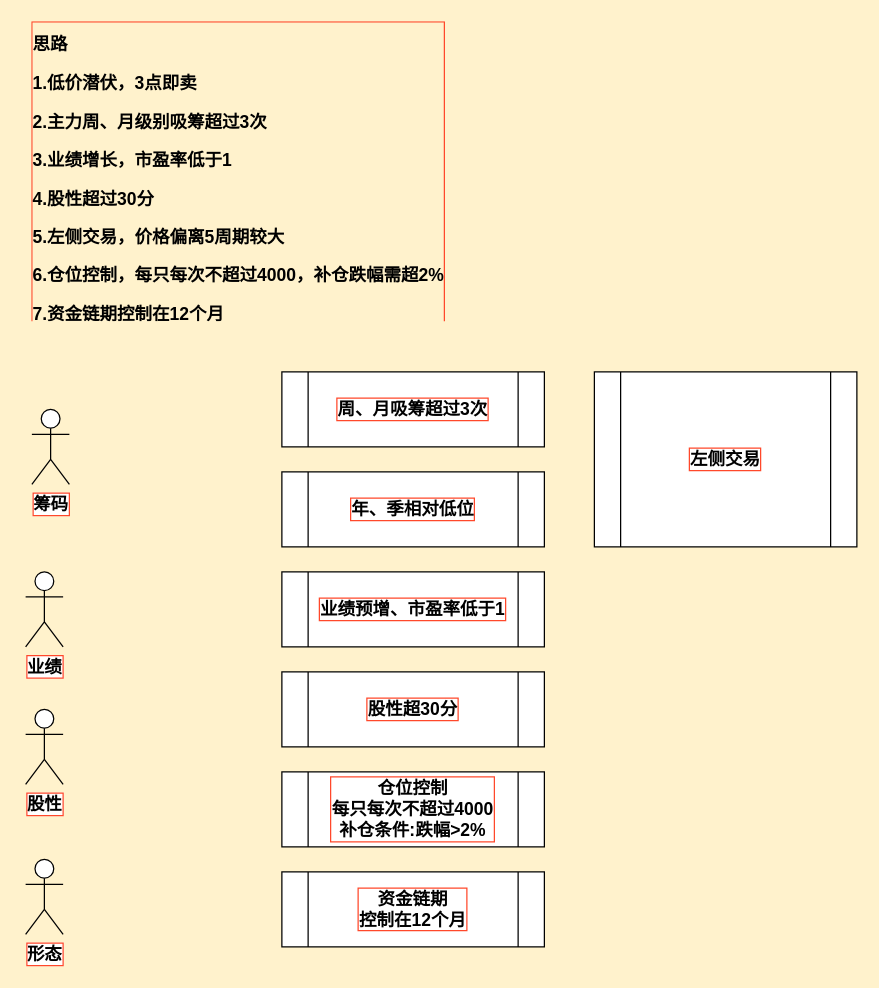
The draw.io diagram 自由思路.drawio in yyl1760/draw, before the edit. Source tidied: cells renumbered, new cells numbered last; positions are measured from the earlier drawing's top-left corner, leaving out a move shared by most shapes. Both pictures are drawn from the tidied source at 125%, with x=0, y=0 at pixel (25, 34).
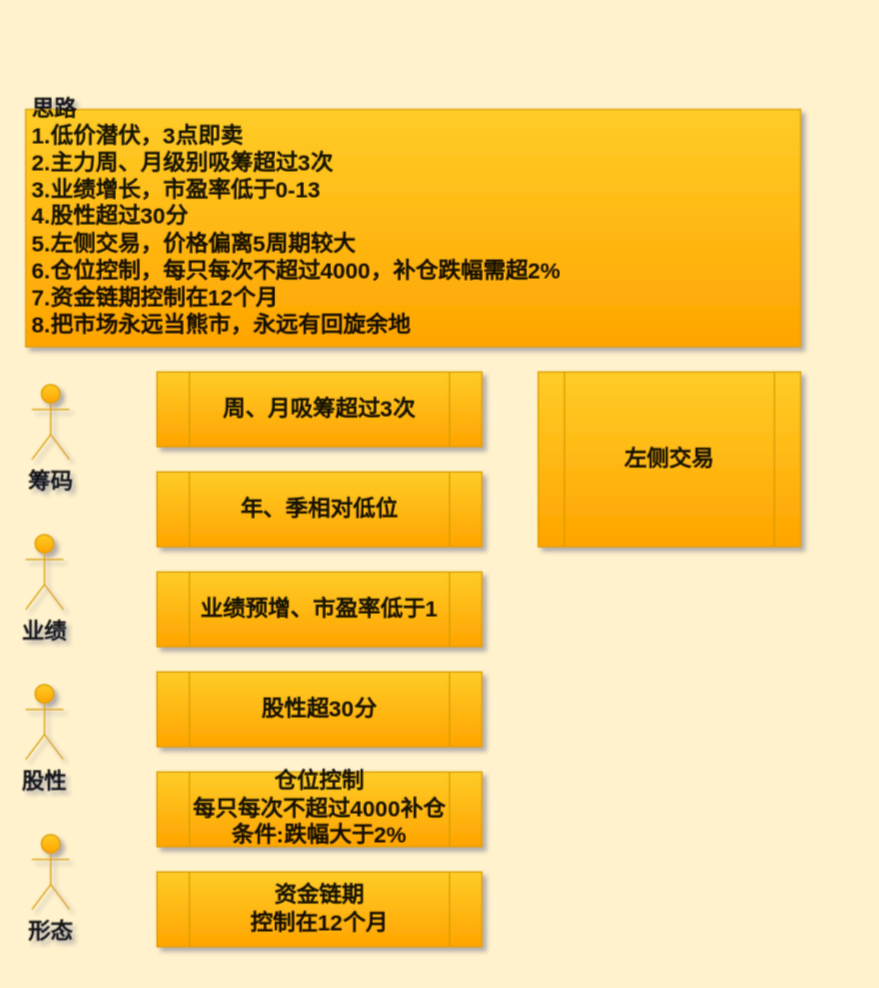
The same diagram, later.

Commit message:
更新自由思路.drawio

The edit, as a diff of the source:
```diff
@@
-<mxGraphModel background="#FFF2CC">
+<mxGraphModel background="#FFF2CC" shadow="1">
   <root>
     <mxCell id="0" />
     <mxCell id="1" parent="0" />
-    <mxCell id="2" value="筹码" style="shape=umlActor;verticalLabelPosition=bottom;labelBackgroundColor=#ffffff;verticalAlign=top;html=1;fontStyle=1;fontSize=14;labelBorderColor=#FF482B;" parent="1" vertex="1">
-      <mxGeometry x="5" y="300" width="30" height="60" as="geometry" />
+    <mxCell id="2" value="筹码" style="shape=umlActor;verticalLabelPosition=bottom;labelBackgroundColor=none;verticalAlign=top;fontStyle=1;fontSize=18;labelBorderColor=none;fontFamily=Helvetica;textOpacity=90;fillColor=#ffcd28;strokeColor=#d79b00;gradientColor=#ffa500;" parent="1" vertex="1">
+      <mxGeometry x="5" y="280" width="30" height="60" as="geometry" />
     </mxCell>
-    <mxCell id="3" value="业绩" style="shape=umlActor;verticalLabelPosition=bottom;labelBackgroundColor=#ffffff;verticalAlign=top;html=1;fontStyle=1;fontSize=14;labelBorderColor=#FF482B;" parent="1" vertex="1">
-      <mxGeometry y="430" width="30" height="60" as="geometry" />
+    <mxCell id="3" value="业绩" style="shape=umlActor;verticalLabelPosition=bottom;labelBackgroundColor=none;verticalAlign=top;fontStyle=1;fontSize=18;labelBorderColor=none;fontFamily=Helvetica;textOpacity=90;fillColor=#ffcd28;strokeColor=#d79b00;gradientColor=#ffa500;" parent="1" vertex="1">
+      <mxGeometry y="400" width="30" height="60" as="geometry" />
     </mxCell>
-    <mxCell id="4" value="股性" style="shape=umlActor;verticalLabelPosition=bottom;labelBackgroundColor=#ffffff;verticalAlign=top;html=1;fontStyle=1;fontSize=14;labelBorderColor=#FF482B;" parent="1" vertex="1">
-      <mxGeometry y="540" width="30" height="60" as="geometry" />
+    <mxCell id="4" value="股性" style="shape=umlActor;verticalLabelPosition=bottom;labelBackgroundColor=none;verticalAlign=top;fontStyle=1;fontSize=18;labelBorderColor=none;fontFamily=Helvetica;textOpacity=90;fillColor=#ffcd28;strokeColor=#d79b00;gradientColor=#ffa500;" parent="1" vertex="1">
+      <mxGeometry y="520" width="30" height="60" as="geometry" />
     </mxCell>
-    <mxCell id="5" value="形态" style="shape=umlActor;verticalLabelPosition=bottom;labelBackgroundColor=#ffffff;verticalAlign=top;html=1;fontStyle=1;fontSize=14;labelBorderColor=#FF482B;" parent="1" vertex="1">
-      <mxGeometry y="660" width="30" height="60" as="geometry" />
+    <mxCell id="5" value="形态" style="shape=umlActor;verticalLabelPosition=bottom;labelBackgroundColor=none;verticalAlign=top;fontStyle=1;fontSize=18;labelBorderColor=none;fontFamily=Helvetica;textOpacity=90;fillColor=#ffcd28;strokeColor=#d79b00;gradientColor=#ffa500;" parent="1" vertex="1">
+      <mxGeometry x="5" y="640" width="30" height="60" as="geometry" />
     </mxCell>
-    <mxCell id="6" value="&lt;h1 style=&quot;font-size: 14px;&quot;&gt;思路&lt;/h1&gt;&lt;p style=&quot;font-size: 14px;&quot;&gt;1.低价潜伏，3点即卖&lt;/p&gt;&lt;p style=&quot;font-size: 14px;&quot;&gt;2.主力周、月级别吸筹超过3次&lt;/p&gt;&lt;p style=&quot;font-size: 14px;&quot;&gt;3.业绩增长，市盈率低于1&lt;/p&gt;&lt;p style=&quot;font-size: 14px;&quot;&gt;4.股性超过30分&lt;/p&gt;&lt;p style=&quot;font-size: 14px;&quot;&gt;5.左侧交易，价格偏离5周期较大&lt;/p&gt;&lt;p style=&quot;font-size: 14px;&quot;&gt;6.仓位控制，每只每次不超过4000，补仓跌幅需超2%&lt;/p&gt;&lt;p style=&quot;font-size: 14px;&quot;&gt;7.资金链期控制在12个月&lt;/p&gt;" style="text;html=1;strokeColor=none;fillColor=none;spacing=5;spacingTop=-20;whiteSpace=wrap;overflow=hidden;rounded=0;fontStyle=1;fontSize=14;labelBorderColor=#FF482B;" parent="1" vertex="1">
-      <mxGeometry width="620" height="230" as="geometry" />
+    <mxCell id="6" value="思路&#10;1.低价潜伏，3点即卖&#10;2.主力周、月级别吸筹超过3次&#10;3.业绩增长，市盈率低于0-13&#10;4.股性超过30分&#10;5.左侧交易，价格偏离5周期较大&#10;6.仓位控制，每只每次不超过4000，补仓跌幅需超2%&#10;7.资金链期控制在12个月&#10;8.把市场永远当熊市，永远有回旋余地" style="text;strokeColor=#d79b00;fillColor=#ffcd28;spacing=5;spacingTop=-20;whiteSpace=wrap;overflow=hidden;rounded=0;fontStyle=1;fontSize=18;labelBorderColor=none;fontFamily=Helvetica;labelBackgroundColor=none;textOpacity=90;gradientColor=#ffa500;" parent="1" vertex="1">
+      <mxGeometry y="60" width="620" height="190" as="geometry" />
     </mxCell>
-    <mxCell id="7" value="周、月吸筹超过3次" style="shape=process;whiteSpace=wrap;html=1;backgroundOutline=1;fontStyle=1;fontSize=14;labelBorderColor=#FF482B;" parent="1" vertex="1">
-      <mxGeometry x="205" y="270" width="210" height="60" as="geometry" />
+    <mxCell id="7" value="周、月吸筹超过3次" style="shape=process;whiteSpace=wrap;backgroundOutline=1;fontStyle=1;fontSize=18;labelBorderColor=none;fontFamily=Helvetica;labelBackgroundColor=none;textOpacity=90;fillColor=#ffcd28;strokeColor=#d79b00;gradientColor=#ffa500;" parent="1" vertex="1">
+      <mxGeometry x="105" y="270" width="260" height="60" as="geometry" />
     </mxCell>
-    <mxCell id="8" value="年、季相对低位" style="shape=process;whiteSpace=wrap;html=1;backgroundOutline=1;fontStyle=1;fontSize=14;labelBorderColor=#FF482B;" parent="1" vertex="1">
-      <mxGeometry x="205" y="350" width="210" height="60" as="geometry" />
+    <mxCell id="8" value="年、季相对低位" style="shape=process;whiteSpace=wrap;backgroundOutline=1;fontStyle=1;fontSize=18;labelBorderColor=none;fontFamily=Helvetica;labelBackgroundColor=none;textOpacity=90;fillColor=#ffcd28;strokeColor=#d79b00;gradientColor=#ffa500;" parent="1" vertex="1">
+      <mxGeometry x="105" y="350" width="260" height="60" as="geometry" />
     </mxCell>
-    <mxCell id="9" value="业绩预增、市盈率低于1" style="shape=process;whiteSpace=wrap;html=1;backgroundOutline=1;fontStyle=1;fontSize=14;labelBorderColor=#FF482B;" parent="1" vertex="1">
-      <mxGeometry x="205" y="430" width="210" height="60" as="geometry" />
+    <mxCell id="9" value="业绩预增、市盈率低于1" style="shape=process;whiteSpace=wrap;backgroundOutline=1;fontStyle=1;fontSize=18;labelBorderColor=none;fontFamily=Helvetica;labelBackgroundColor=none;textOpacity=90;fillColor=#ffcd28;strokeColor=#d79b00;gradientColor=#ffa500;" parent="1" vertex="1">
+      <mxGeometry x="105" y="430" width="260" height="60" as="geometry" />
     </mxCell>
-    <mxCell id="10" value="股性超30分" style="shape=process;whiteSpace=wrap;html=1;backgroundOutline=1;fontStyle=1;fontSize=14;labelBorderColor=#FF482B;" parent="1" vertex="1">
-      <mxGeometry x="205" y="510" width="210" height="60" as="geometry" />
+    <mxCell id="10" value="股性超30分" style="shape=process;whiteSpace=wrap;backgroundOutline=1;fontStyle=1;fontSize=18;labelBorderColor=none;fontFamily=Helvetica;labelBackgroundColor=none;textOpacity=90;fillColor=#ffcd28;strokeColor=#d79b00;gradientColor=#ffa500;" parent="1" vertex="1">
+      <mxGeometry x="105" y="510" width="260" height="60" as="geometry" />
     </mxCell>
-    <mxCell id="11" value="左侧交易" style="shape=process;whiteSpace=wrap;html=1;backgroundOutline=1;fontStyle=1;fontSize=14;labelBorderColor=#FF482B;" parent="1" vertex="1">
-      <mxGeometry x="455" y="270" width="210" height="140" as="geometry" />
+    <mxCell id="11" value="左侧交易" style="shape=process;whiteSpace=wrap;backgroundOutline=1;fontStyle=1;fontSize=18;labelBorderColor=none;fontFamily=Helvetica;labelBackgroundColor=none;textOpacity=90;fillColor=#ffcd28;strokeColor=#d79b00;gradientColor=#ffa500;" parent="1" vertex="1">
+      <mxGeometry x="410" y="270" width="210" height="140" as="geometry" />
     </mxCell>
-    <mxCell id="12" value="仓位控制&lt;br style=&quot;font-size: 14px;&quot;&gt;每只每次不超过4000&lt;br style=&quot;font-size: 14px;&quot;&gt;补仓条件:跌幅&amp;gt;2%" style="shape=process;whiteSpace=wrap;html=1;backgroundOutline=1;fontStyle=1;fontSize=14;labelBorderColor=#FF482B;" parent="1" vertex="1">
-      <mxGeometry x="205" y="590" width="210" height="60" as="geometry" />
+    <mxCell id="12" value="仓位控制&#10;每只每次不超过4000补仓条件:跌幅大于2%" style="shape=process;whiteSpace=wrap;backgroundOutline=1;fontStyle=1;fontSize=18;labelBorderColor=none;fontFamily=Helvetica;labelBackgroundColor=none;textOpacity=90;fillColor=#ffcd28;strokeColor=#d79b00;gradientColor=#ffa500;" parent="1" vertex="1">
+      <mxGeometry x="105" y="590" width="260" height="60" as="geometry" />
     </mxCell>
-    <mxCell id="13" value="资金链期&lt;br style=&quot;font-size: 14px;&quot;&gt;控制在12个月" style="shape=process;whiteSpace=wrap;html=1;backgroundOutline=1;fontStyle=1;fontSize=14;labelBorderColor=#FF482B;" parent="1" vertex="1">
-      <mxGeometry x="205" y="670" width="210" height="60" as="geometry" />
+    <mxCell id="13" value="资金链期&#10;控制在12个月" style="shape=process;whiteSpace=wrap;backgroundOutline=1;fontStyle=1;fontSize=18;labelBorderColor=none;fontFamily=Helvetica;labelBackgroundColor=none;textOpacity=90;fillColor=#ffcd28;strokeColor=#d79b00;gradientColor=#ffa500;" parent="1" vertex="1">
+      <mxGeometry x="105" y="670" width="260" height="60" as="geometry" />
     </mxCell>
   </root>
 </mxGraphModel>
```
